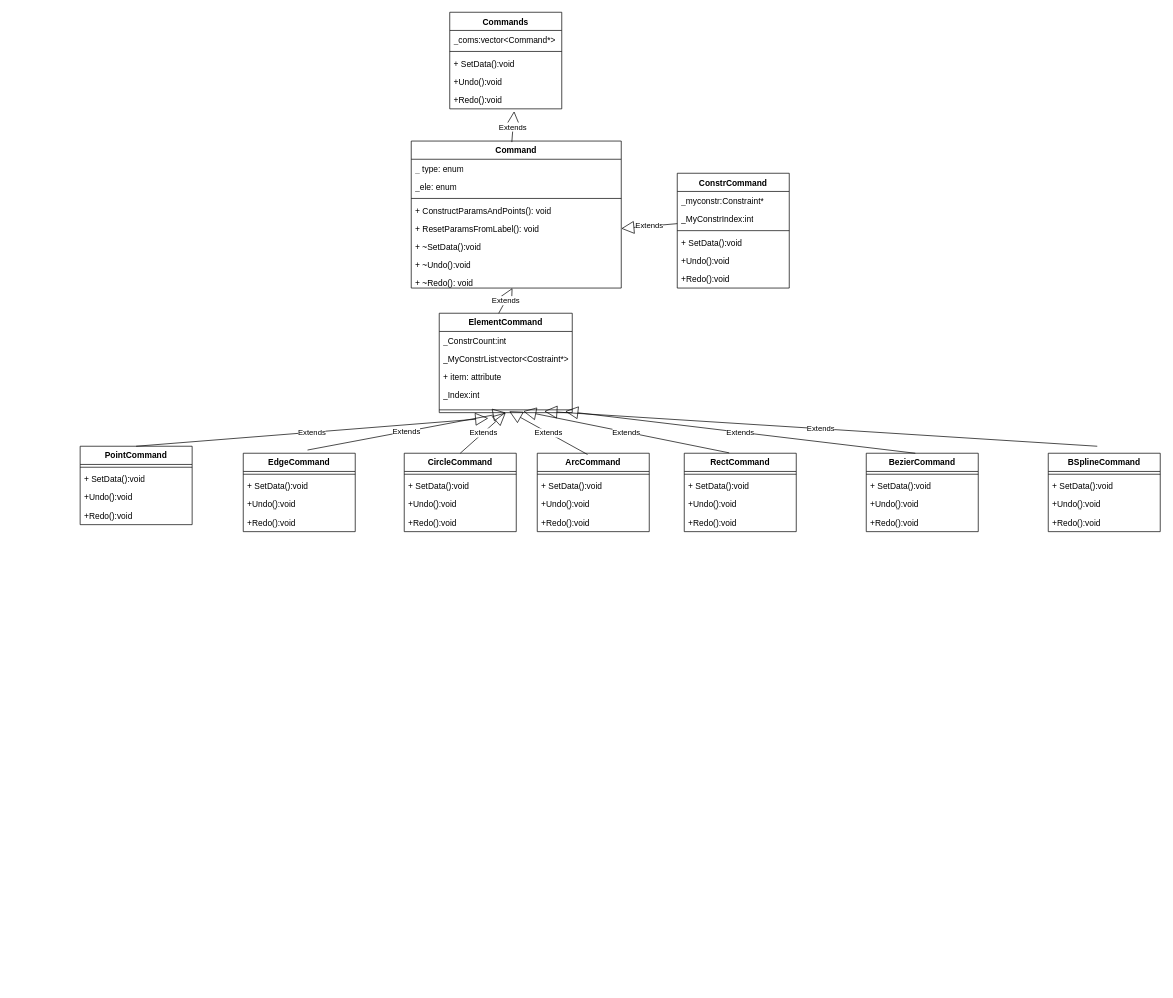
Before: 移动类图.drawio in liuhuliuhu123/First-test, a draw.io diagram. Source tidied: cells renumbered, new cells numbered last; positions are measured from the earlier drawing's top-left corner, leaving out a move shared by most shapes. Both pictures are drawn from the tidied source at 70%, with x=0, y=0 at pixel (80, 12).
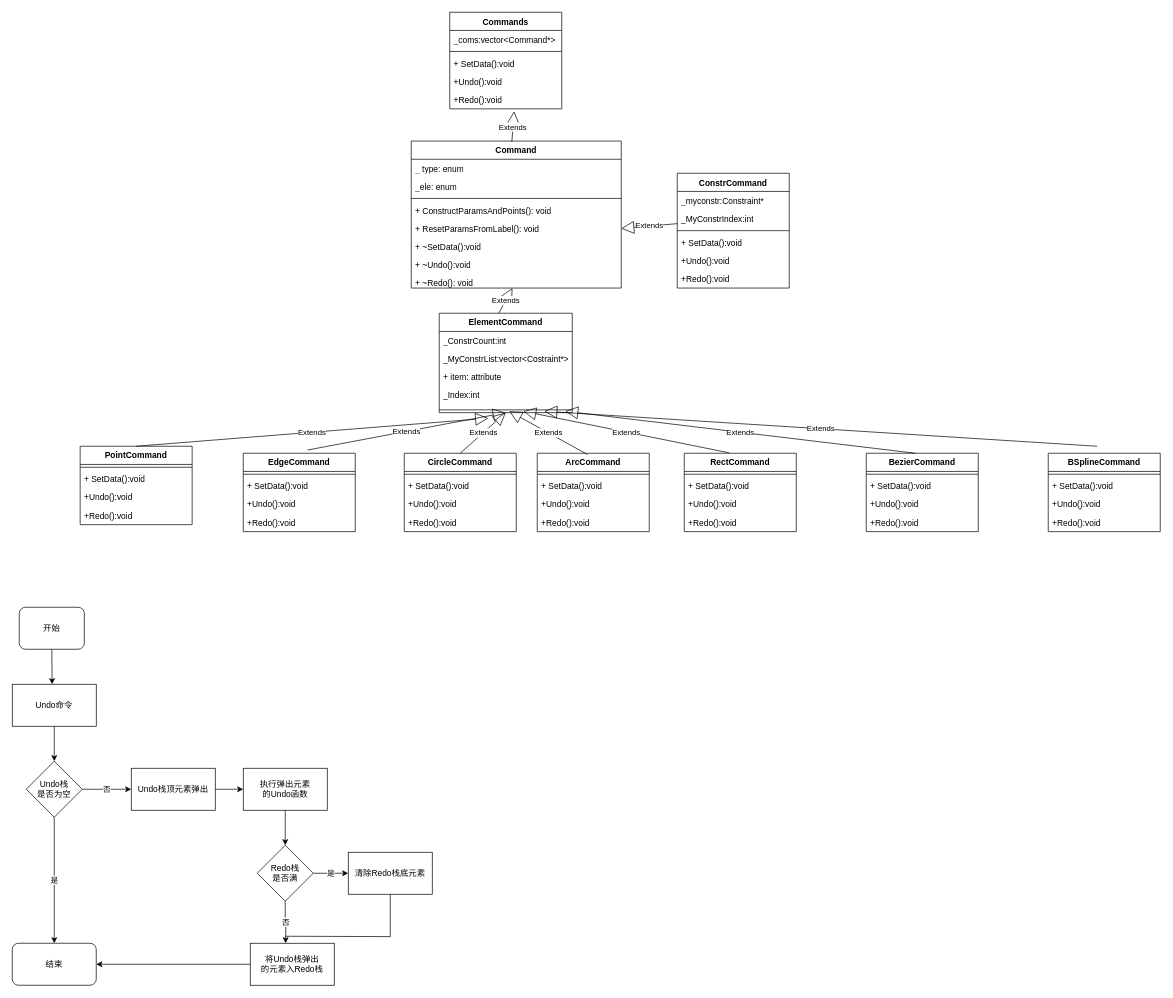
The same page after the edit.

Commit message (it also covers changes not shown here):
更新移动类图.drawio

Change to the diagram source:
```diff
@@
+    <mxCell id="75" value="开始" style="rounded=1;whiteSpace=wrap;html=1;" parent="1" vertex="1">
+      <mxGeometry x="-87" y="850" width="93" height="60" as="geometry" />
+    </mxCell>
+    <mxCell id="76" style="endArrow=classic;html=1;rounded=0;exitX=0.5;exitY=1;exitDx=0;exitDy=0;" parent="1" edge="1" source="75">
+      <mxGeometry relative="1" as="geometry">
+        <mxPoint x="-40" y="960" as="targetPoint" />
+      </mxGeometry>
+    </mxCell>
+    <mxCell id="77" value="Undo命令" style="rounded=0;whiteSpace=wrap;html=1;" parent="1" vertex="1">
+      <mxGeometry x="-97" y="960" width="120" height="60" as="geometry" />
+    </mxCell>
+    <mxCell id="78" style="endArrow=classic;html=1;rounded=0;exitX=0.5;exitY=1;exitDx=0;exitDy=0;" parent="1" edge="1" source="77">
+      <mxGeometry relative="1" as="geometry">
+        <mxPoint x="-37" y="1070" as="targetPoint" />
+      </mxGeometry>
+    </mxCell>
+    <mxCell id="79" value="否" style="edgeStyle=orthogonalEdgeStyle;rounded=0;jettySize=auto;html=1;exitX=1;exitY=0.5;exitDx=0;exitDy=0;" parent="1" edge="1" source="81">
+      <mxGeometry relative="1" as="geometry">
+        <mxPoint x="73" y="1110" as="targetPoint" />
+      </mxGeometry>
+    </mxCell>
+    <mxCell id="80" value="是" style="edgeStyle=orthogonalEdgeStyle;rounded=0;jettySize=auto;html=1;exitX=0.5;exitY=1;exitDx=0;exitDy=0;entryX=0.5;entryY=0;entryDx=0;entryDy=0;" parent="1" edge="1" source="81" target="82">
+      <mxGeometry relative="1" as="geometry" />
+    </mxCell>
+    <mxCell id="81" value="Undo栈&lt;br&gt;是否为空" style="rhombus;whiteSpace=wrap;html=1;" parent="1" vertex="1">
+      <mxGeometry x="-77" y="1070" width="80" height="80" as="geometry" />
+    </mxCell>
+    <mxCell id="82" value="结束" style="rounded=1;whiteSpace=wrap;html=1;" parent="1" vertex="1">
+      <mxGeometry x="-97" y="1330" width="120" height="60" as="geometry" />
+    </mxCell>
+    <mxCell id="83" value="Undo栈顶元素弹出" style="rounded=0;whiteSpace=wrap;html=1;" parent="1" vertex="1">
+      <mxGeometry x="73" y="1080" width="120" height="60" as="geometry" />
+    </mxCell>
+    <mxCell id="84" style="endArrow=classic;html=1;rounded=0;exitX=1;exitY=0.5;exitDx=0;exitDy=0;" parent="1" edge="1" source="83">
+      <mxGeometry relative="1" as="geometry">
+        <mxPoint x="233" y="1110" as="targetPoint" />
+      </mxGeometry>
+    </mxCell>
+    <mxCell id="85" value="执行弹出元素&lt;br&gt;的Undo函数" style="rounded=0;whiteSpace=wrap;html=1;" parent="1" vertex="1">
+      <mxGeometry x="233" y="1080" width="120" height="60" as="geometry" />
+    </mxCell>
+    <mxCell id="86" value="是" style="edgeStyle=orthogonalEdgeStyle;rounded=0;jettySize=auto;html=1;exitX=1;exitY=0.5;exitDx=0;exitDy=0;" parent="1" edge="1" source="88">
+      <mxGeometry relative="1" as="geometry">
+        <mxPoint x="383" y="1230" as="targetPoint" />
+      </mxGeometry>
+    </mxCell>
+    <mxCell id="87" value="否" style="edgeStyle=orthogonalEdgeStyle;rounded=0;jettySize=auto;html=1;exitX=0.5;exitY=1;exitDx=0;exitDy=0;" parent="1" edge="1" source="88">
+      <mxGeometry relative="1" as="geometry">
+        <mxPoint x="293.5" y="1330" as="targetPoint" />
+      </mxGeometry>
+    </mxCell>
+    <mxCell id="88" value="Redo栈&lt;br&gt;是否满" style="rhombus;whiteSpace=wrap;html=1;" parent="1" vertex="1">
+      <mxGeometry x="253" y="1190" width="80" height="80" as="geometry" />
+    </mxCell>
+    <mxCell id="89" value="清除Redo栈底元素" style="rounded=0;whiteSpace=wrap;html=1;" parent="1" vertex="1">
+      <mxGeometry x="383" y="1200" width="120" height="60" as="geometry" />
+    </mxCell>
+    <mxCell id="90" value="将Undo栈弹出&lt;br&gt;的元素入Redo栈" style="rounded=0;whiteSpace=wrap;html=1;" parent="1" vertex="1">
+      <mxGeometry x="243" y="1330" width="120" height="60" as="geometry" />
+    </mxCell>
+    <mxCell id="91" style="endArrow=none;html=1;rounded=0;entryX=0.5;entryY=1;entryDx=0;entryDy=0;edgeStyle=orthogonalEdgeStyle;" parent="1" edge="1" target="89">
+      <mxGeometry relative="1" as="geometry">
+        <mxPoint x="293" y="1320" as="sourcePoint" />
+      </mxGeometry>
+    </mxCell>
+    <mxCell id="92" style="endArrow=classic;html=1;rounded=0;exitX=0.5;exitY=1;exitDx=0;exitDy=0;" parent="1" edge="1" source="85" target="88">
+      <mxGeometry relative="1" as="geometry" />
+    </mxCell>
+    <mxCell id="93" style="endArrow=classic;html=1;rounded=0;exitX=0;exitY=0.5;exitDx=0;exitDy=0;entryX=1;entryY=0.5;entryDx=0;entryDy=0;" parent="1" edge="1" source="90" target="82">
+      <mxGeometry relative="1" as="geometry" />
+    </mxCell>
```
